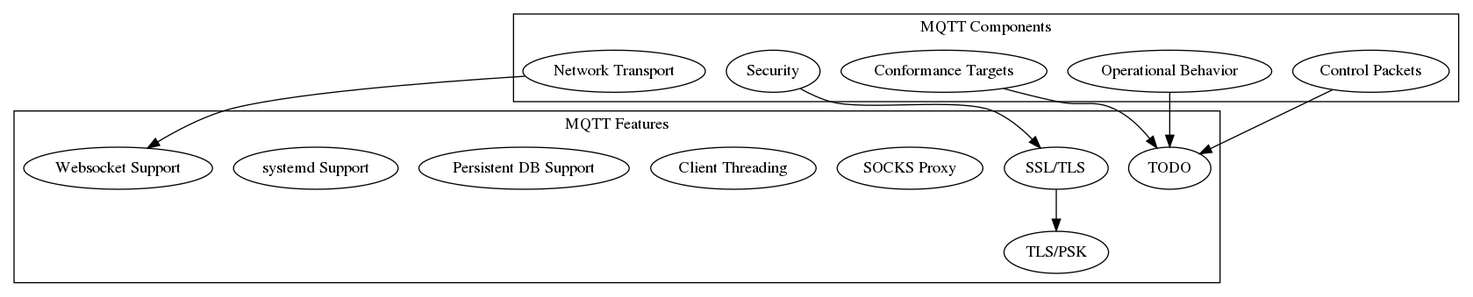
Above: llvm/rfc-digraph.png in ldklab/PRAT-old (Graphviz), before the change. Its source is kept beside it as llvm/rfc-digraph.dot.
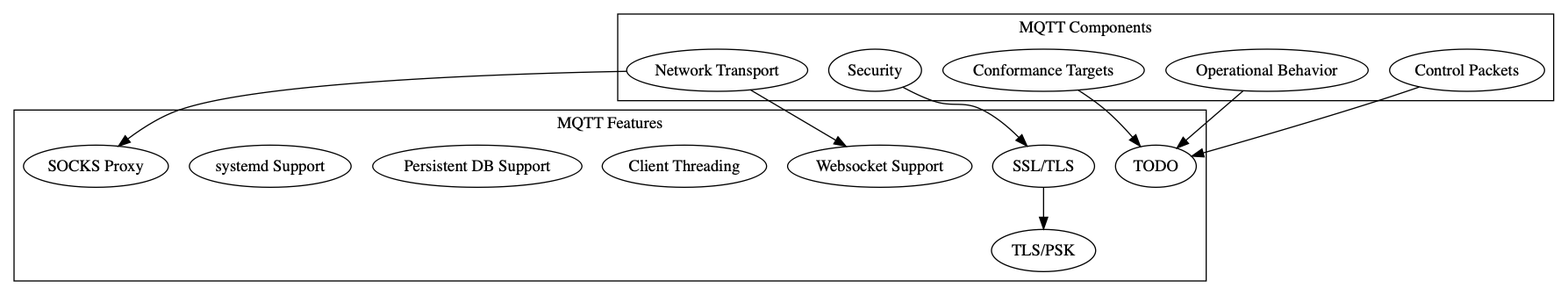
The same file after the commit.

Commit message:
Updated digraph example

The edit, as a diff of the source:
```diff
@@ -22,7 +22,7 @@
 		label="MQTT Features";
 		"Security" -> "SSL/TLS" -> "TLS/PSK";
 		"Network Transport" -> "Websocket Support";
-		"SOCKS Proxy";
+		"Network Transport" -> "SOCKS Proxy";
 		"Client Threading";
 		"Persistent DB Support";
 		"systemd Support";
```
